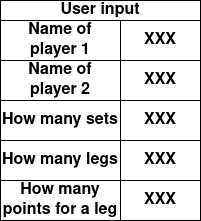
Above: img/score_calculator_Dialog_sketch.png in KostasEreksonas/Dart_scoreboard (draw.io), before the change. Source tidied: cells renumbered, new cells last; positions are measured from the earlier drawing's top-left corner, leaving out a move shared by most shapes.
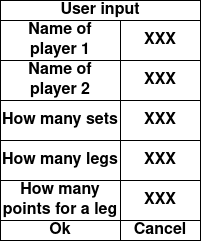
After the change.

Commit message:
Added Ok and Cancel buttons to the Dialog sketch

What changed in the source:
```diff
@@ -35,5 +35,11 @@
     <mxCell id="12" value="&lt;font style=&quot;font-size: 16px&quot;&gt;&lt;b&gt;XXX&lt;/b&gt;&lt;/font&gt;" style="rounded=0;whiteSpace=wrap;html=1;" parent="1" vertex="1">
       <mxGeometry x="120" y="60" width="80" height="40" as="geometry" />
     </mxCell>
+    <mxCell id="13" value="&lt;font style=&quot;font-size: 16px&quot;&gt;&lt;b&gt;Ok&lt;/b&gt;&lt;/font&gt;" style="rounded=0;whiteSpace=wrap;html=1;" parent="1" vertex="1">
+      <mxGeometry y="220" width="120" height="20" as="geometry" />
+    </mxCell>
+    <mxCell id="14" value="&lt;font style=&quot;font-size: 16px&quot;&gt;&lt;b&gt;Cancel&lt;/b&gt;&lt;/font&gt;" style="rounded=0;whiteSpace=wrap;html=1;" parent="1" vertex="1">
+      <mxGeometry x="120" y="220" width="80" height="20" as="geometry" />
+    </mxCell>
   </root>
 </mxGraphModel>
```
